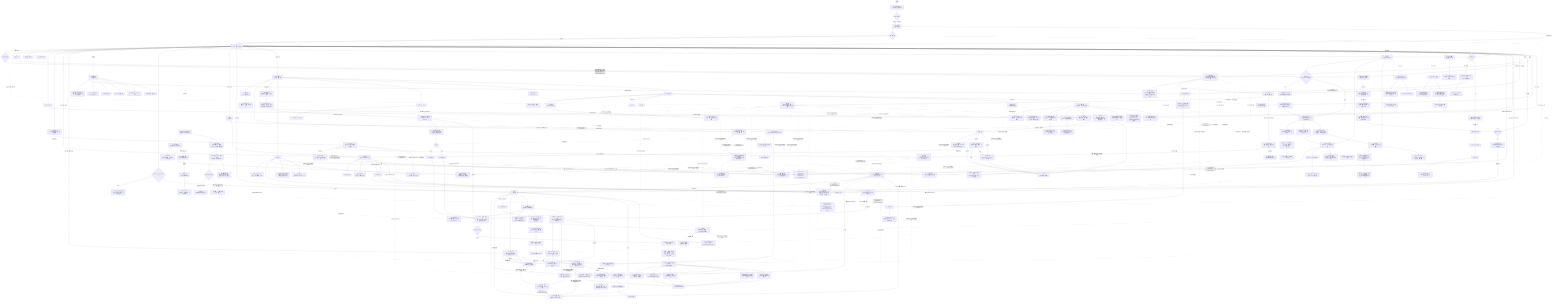
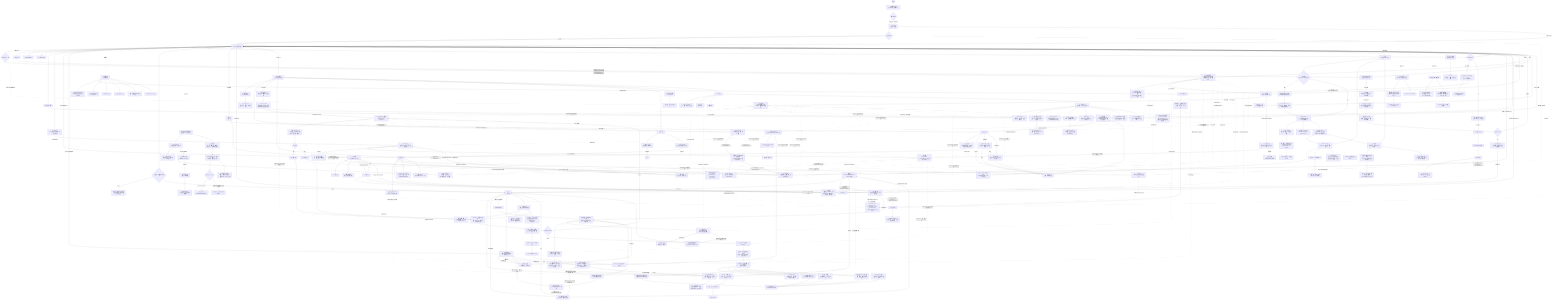
flowchart TD
    A([앱 실행]) --> LANG["기기 언어 자동 적용<br/>ko/ja/en 지원 · 미지원 시 en"]
    LANG --> B{최초 실행 여부}
    B -->|최초 실행| SPLASH["A1 스플래시<br/>브랜드 1회 노출"]
    SPLASH --> TOKEN{유효 계정 토큰?}
    TOKEN -->|없음| D["홈<br/>(Guest 모드 · 하단 탭)"]
    TOKEN -->|있음| D
    TOKEN -.->|계정·권한·구독 복원| SESSION["SESSION STATE<br/>accountLinked · permissionReady · locationReady · premiumActive"]
    TOKEN -.->|설정 복원| SETTINGS["SETTINGS STATE<br/>styleProfileSaved · selectedStyles · fit · age · locationManaged<br/>smartCareEnabled · alert toggles"]
    SPLASH -->|프리뷰 홈 이동| D
    D --> AUTHGATE{계정 필요 기능 탭?}
    AUTHGATE -->|계정 연결·코디 저장·옷장 저장·장소 저장·알림 추가·여행 저장·프리미엄·Weather Note 작성·날씨 제보 저장| AUTH2["A2 계정 연결<br/>계정 환경 기반 자동추천<br/>국가 선택 미노출 · 다른 방법 보기"]
    AUTH2 --> AUTH2s["계정 연결 상태<br/>(Route State에 호출 액션 유지<br/>검증용 정보는 실제 UI 비노출)"]
    AUTH2 -->|로그인 수단 선택| AUTH3["A3 약관 동의<br/>(필수 3종 + 선택 1종)"]
    AUTH2 -->|나중에| D
    AUTH3 --> AUTH3s["약관 상태<br/>(필수 완료/대기 · 선택 ON/OFF · 원래 액션 복귀 예정)"]
    AUTH3 -->|동의하고 계속 · 권한 미완료| C1["O3 앱 준비 권한<br/>(계정 직후 위치+알림 통합 요청)"]
    AUTH3 -->|동의하고 계속 · 권한 완료| D
    AUTH3s -.->|accountLinked 유지| SESSION
    AUTH3s -.->|실제 구현 원래 액션 복귀| AUTHGATE
    AUTH3s -.->|pendingAction=프리미엄 진입| SUB
    AUTH3s -.->|returnTo=P1 · resumeSave| P1s
    D -->|선택 온보딩| C[온보딩 시작]
    C --> CSTART["O1 선택 온보딩 스플래시<br/>(온보딩 시작 / 홈으로)"]
    CSTART -->|온보딩 시작| C0["온보딩 소개<br/>(4대 기능 한눈 비교 + 기능별 상세 안내)"]
    CSTART -->|홈으로| D
    C0 -->|알림 기준 보기| C4
    C1 -->|위치·알림 허용 또는 나중에 설정| C2s["권한 상태<br/>(locationReady · permissionReady · 수동 위치/푸시 대기)"]
    C2["O3 권한 복구<br/>(설정 진입 시 필요한 권한만 재요청)"]
    C2 -->|허용 또는 나중에 설정| C2s
    C1 -->|위치 거부| C1d["위치 거부 상태<br/>검색 위치·앱 내 안내 유지"]
    C2 -->|알림 거부| C2d["알림 거부 상태<br/>푸시 제한 · M2/M3에서 재요청"]
    C2s -.->|locationReady · permissionReady 유지| SESSION
    C2s -.->|계정 직후 권한 준비 완료| AUTH3s
    C3["스타일 태그·코디 핏·추천 연령대 선택<br/>(MVP 온보딩 제외 · MY 설정 진입 전용)"]
    C3 --> C3s["추천 기준 상태<br/>(태그 수 · 핏 · 연령대 · READY/WAIT)"]
    C3s -.->|styleProfileSaved · selectedStyles · fit · age| SETTINGS
    C4["O5 스마트 알림 기준 설정<br/>(주 사용 상황 1개 선택 + 자동 적용 요약)"]
    C4 --> C4s["알아서 챙기기 상태<br/>(상황 · 필수 날씨 ON · 목적지 확장 예정)"]
    C4s --> C5{목적지 등록 선택}
    C5 -->|건너뛰기| D
    C5 -->|등록| C6["O6 목적지 등록<br/>(선택 설정 + 목적지 알림 기준 세분화)"]
    C6 -->|목적지 등록| I
    B -->|기존 사용자| SPLASH

    D --> D1[현재 날씨 정보 표시]
    D --> D2["시간별 / 주간 예보"]
    D --> D3[위치 검색 · 변경]
    D3 --> D3s["LOCATION STATE<br/>선택 위치 · 검색어 · Guest 임시 검색 · 계정 저장 상태"]
    D3s -.->|새 위치 저장| AUTH2
    AUTH3s -.->|returnTo=H2 · 위치 저장 완료| D3s
    D3s --> D
    D --> D0s["홈 상태 요약<br/>(Guest 열람 · 위치 정상 · 알림 설정 전)"]
    D0s -->|알림 설정 전 탭| C2
    D -->|홈 코디 추천 카드 탭| E1
    D -->|홈 AI 장소 추천 카드 탭| P3
    D -.->|벨 아이콘| K["알림 사이드바<br/>(우측 슬라이드)"]
    K --> Ks["NOTIFICATION STATE<br/>선택 알림 · 읽음/미읽음 · 딥링크 대상"]
    K -->|우산 추천 알림 탭| F

    D --> D4{강수 확률 높음?}
    D4 -->|예 + 미확인| D5["홈 화면에 우산 추천 카드 표시<br/>(실시간 의사결정 카드)"]
    D5 --> D5a["우산 추천 푸시/알림 이력<br/>(H3에 보관)"]
    D5 -->|카드 탭 · umbrellaSignalReviewed| F[우산 추천 상세 화면]
    F --> F1["추천 이유 · 시간대별 강수확률<br/>(강수량 · 지속시간 · 풍속 기준)"]
    F1 --> F2[우산 종류 비교]
    F2 --> Fs["UMBRELLA STATE<br/>추천 우산 · 강수 시간 · 알림 설정 전/준비"]
    F2 -.->|알림 설정 바로가기<br/>returnTo=H4 · alertFocus=umbrella| M2b
    M2b -.->|뒤로 · 알림 준비 반영| F2
    F -.->|열람 후 홈 복귀| D5b["홈 우산 카드는 숨김<br/>H3 알림 이력은 유지"]
    D5b --> D
    D4 -->|아니오| D

    D4 -->|예| D4a["강수 임박 필수 알림 발송<br/>(시작 시각 · 강도 · 그칠 시각)"]
    D4a -->|푸시알림 탭| D4b[강수 타임라인 화면]
    D4b --> D4c["30분 단위 강수량 차트"]
    D4c --> D4d[외출 가이드]
    D4d --> D4s["RAIN STATE<br/>시작/종료 시각 · 그침 알림 ON/OFF"]
    D4d -.->|알림 설정 바로가기<br/>returnTo=H5 · alertFocus=rain| M2c
    M2c -.->|뒤로 · 그침 알림 준비 반영| D4d

    D --> D6{알림 발송 시 목적지 등록 여부}
    D6 -->|미등록| D6a["Mode A: 생활 루틴 통합 알림<br/>(출근/외출 준비 + 자기 전 체크 자동 발송)"]
    D6 -->|등록함| I

    K --> K1["오늘의 외출 준비 알림<br/>(Mode A/B)"]
    K --> K2[비 예보 사전 알림]
    K --> K3["출발 · 신발 추천 알림"]
    K --> K4["자기 전 내일 날씨·코디 확인 알림"]
    K --> K5["폭염·한파·강풍 특보 알림"]

    D -.->|제보 버튼| CWR["커뮤니티 날씨 제보 CWR<br/>(홈 화면 · v2.0 · 독립 기능)"]
    CWR --> W1["W1 날씨 제보 홈<br/>(주변 제보 카드 · 보조 CTA)"]
    W1 --> W1s["CWR STATE<br/>미확정 주변 제보 · 상세 확인 · W2 진입"]
    W1 -->|지금 날씨 제보하기| W2["W2 탭 제보 화면<br/>(날씨 선택 · GPS 자동)"]
    W2 --> W2s["REPORT STATE<br/>선택 대기 · 위치 권한 · Guest/계정 제보 · 완료 처리"]
    W2s -.->|위치 권한 필요 · pendingAction=날씨 제보 저장| C2
    W2s -.->|배지/이력 저장| AUTH2
    C2s -.->|returnTo=W2 · GPS 제보 준비| W2s
    AUTH3s -.->|returnTo=W2 · 배지/이력 반영| W2s
    W2 -->|제보하기| W3["W3 제보 완료<br/>(신뢰도 · 배지 갱신)"]
    W3 --> W3s["BADGE STATE<br/>확정 제보 · 홈 오버레이 · 기여 레벨"]
    M --> W4["W4 제보 이력<br/>(MY · 반영 리포트)"]
    W4 --> W4s["HISTORY STATE<br/>제보 기록 · 확정률 · 지역 랭킹"]
    CWR --> CWR1["현재 날씨 선택<br/>☀ 맑음 · ⛅ 흐림 · 🌧 비 · 🌨 눈 · 💨 강풍 · 🌩 천둥번개"]
    CWR1 --> CWR2["GPS 위치 자동 감지 → 제보 완료<br/>(3초 이내 · 자동 만료 60분)"]
    CWR2 --> CWR3{신뢰도 검증 알고리즘}
    CWR3 -->|반경 500m · 3건 미만| CWR4["소프트 표시<br/>'주변 N명이 날씨 제보 중 👀'"]
    CWR3 -->|반경 500m · 3건 이상 + 기상청 정합| CWR5["확정 제보 → 홈 화면 오버레이 표시"]
    CWR2 --> CWR6["기여 배지 업데이트<br/>(새싹 → 관측자 → 리포터 → 동네 관측왕 → 날씨 도우미)"]

    D -->|하단 코디 탭| E["코디<br/>(하단 탭)"]
    E -->|내 옷장 관리 탭| E0[내 옷장 관리]
    E0 --> E0s["옷장 상태<br/>(아이템 수 · 필터 · Guest/계정 저장 상태 · 옷 추가)"]
    E0s -->|추천으로 복귀| E1
    E0 -->|+ 옷 등록| E0a["옷 등록<br/>(사진 · 카테고리 필수)"]
    E0 -.->|Guest 옷 추가·수정| AUTH2
    E0a --> E0a1["등록 상태<br/>(사진 선택 · 카테고리 · Guest/계정 저장 상태 · 저장 가능/대기)"]
    E0a1 -.->|Guest 옷 저장| AUTH2
    AUTH3s -.->|returnTo=C3 · 옷 저장 완료| E0a1
    E0a1 -->|저장 완료 후 옷장 복귀| E0
    E0 -->|아이템 탭| E0b["옷 목록 · 수정 · 삭제<br/>(수정은 C3 패턴 · 삭제 후 재계산)"]
    E0b -->|수정| E0a
    E0b -->|삭제| E0c
    E0 -->|등록 옷 없음| E0c["옷장 빈 상태<br/>(첫 옷 등록 CTA + 기본 룰 추천 안내)"]
    E0c --> E0a
    E --> E1["AI 코디 추천<br/>(날씨 근거형 Style Card)"]
    E1 --> E1s["추천 기준 상태<br/>(옷장 매칭 · 스타일 기준 · 저장 계정 필요)"]
    E1s -->|기준 수정 · returnTo=C1| C3
    C3 -.->|returnTo=C1 · styleProfileSaved| E1s
    E1s -.->|저장 계정 필요| AUTH2
    AUTH3s -.->|returnTo=C1 · 코디 저장 완료| E1s
    E1 --> E1a[추천 이유 설명]
    E1 --> E1b["대화형 재추천<br/>(채팅으로 스타일 요청)"]
    E1 -->|셔플 · outfitVariant 토글| E1s
    E1s -->|홈 복귀 · outfitVariant 유지| D
    E1 -->|코디 카드·상세 보기 탭| E2[코디 상세 보기]
    E2 -->|뒤로| E1
    E2 --> E2s["상세 상태<br/>(실제 의류 Outfit Hero · 시간대 착용 판단 · 재추천 반영 · 저장 전 · 공유 준비)"]
    E2s -->|C1 복귀 · outfitVariant 전달| E1
    E2s -->|홈 복귀 · outfitVariant 유지| D
    E2s -.->|저장 계정 필요| AUTH2
    E2 --> E3[코디 저장 / 공유]
    E3 -.->|계정 미연결 시 저장 탭| AUTH2
    AUTH3s -.->|returnTo=C4 · 코디 저장 완료| E2s

    D -->|하단 출발 탭| I["출발<br/>(하단 탭)"]
    I --> I0["오늘 알아서 챙기는 중<br/>(저장 목적지 요약 + 출발/신발/우산)"]
    I0 --> I0s["출발 상태<br/>(목적지 수 · 케어 ON 수 · 케어 적용 범위 · G2/P1 연결)"]
    I -->|목적지 카드 탭| G2["G2 목적지 알림 상세<br/>(날씨 비교 + 출발시간 역산)"]
    G2 -->|뒤로| I
    G2 --> G2s["케어 상태<br/>(GUEST/PERM/READY/ON + 다음 알림 요약)"]
    G2s -->|G1 목록으로| I
    G2s -->|알림 설정<br/>returnTo=G2 · alertFocus=destination| M2b
    G2s -.->|Guest 케어 ON · returnTo=G2| AUTH2
    G2s -.->|알림 권한 확인 · returnTo=G2| C2
    AUTH3s -.->|returnTo=G2 · destination 유지| G2s
    C2s -.->|returnTo=G2 · resumeCare| G2s
    M2b -.->|뒤로 · 목적지 컨텍스트 유지| G2s
    G2s -->|ON 저장| I4
    G2s -.->|공유 케어 상태 반영| I0
    I -->|검색창·+ 목적지 추가| I1[목적지 검색 · 추가]
    I1 --> P1["목적지 입력 · 카테고리 자동 인식<br/>(회사/학교/공항/숙소 + 장소 카테고리)"]
    P1 --> P1s["추가 상태<br/>(검색 결과 수 · 선택됨 · Guest/계정 저장 상태)"]
    P1s -->|검색 결과 없음| P1e["검색 없음 상태<br/>(전체 보기 · 재검색)"]
    P1s -.->|Guest 영구 저장| AUTH2
    P1s -->|계정 연결 후 목적지 알림에 추가| P1save["Saved Destination List<br/>(G1/P3 공통 목록 + Destination Care State ON)"]
    P1save --> I
    P1save -.-> P3
    P1 --> I2["출발지 vs 목적지 날씨 비교<br/>(기온 · 날씨 · 바람 · 강수 차이)"]
-     I2 --> I3["출발시간 역산<br/>(도착 희망시각 − 소요시간 − 여유시간)"]
+     I2 --> I3["출발시간 역산<br/>(이동수단 선택 + 도착 희망 직접 입력 − 소요시간 − 자동 여유시간)"]
    I3 --> I4["Mode B: 목적지 알림<br/>(출발 · 신발 · 우산 알림 자동 조정)"]
    I4 --> I5["출발 10분 전 신발 추천 알림"]
    I5 --> I6[출발 시각 알림]
    P1 --> P2["카테고리 전용 준비 가이드<br/>(등록 목적지 기반 확장)"]
    P2 --> P2s["준비 가이드 상태<br/>(등록 목적지 기준 · G2/P3 연결)"]
    P2s -->|목적지 알림 보기 · selectedDestination 유지| G2
    P2s -->|다른 목적지 보기 · 필터 목록 복귀| P3
    I --> P3["목적지 필터<br/>(카테고리별 목적지 알림/준비 가이드)"]
    P3 -->|필터 결과 없음| P3e["빈 카테고리 상태<br/>(목적지 추가 · 전체 보기)"]
    P3e -->|목적지 추가| P1
    P3e -->|전체 보기| P3
    P3 -->|목적지 카드 탭| P3a["목적지 상세 상태<br/>(날씨 비교 + 준비 가이드 + 계정/권한 gate + 목적지 알림 ON/OFF)"]
    P3a -->|선택 목적지·상태 유지해 준비 가이드 보기| P2
    P3a -->|선택 목적지·상태 유지해 출발 케어 상세| G2
    P3a -.->|Guest 케어 저장| AUTH2
    P3a -.->|알림 권한 확인| C2
    AUTH3s -.->|returnTo=P3 · 선택 목적지 유지| P3a
    C2s -.->|returnTo=P3 · 권한 상태 반영| P3a
    P3a -->|뒤로| P3
    P3a -->|ON 저장| I4
    P3a -.->|공유 케어 상태 반영| I0

    I --> I7["G3 여행 일정<br/>(출발 탭 내 · 여행 플래너)"]
    I7 --> I7s["여행 플래너 상태<br/>(프리미엄 활성 · 공유 준비 · 미구독 시 G6)"]
    I7s -.->|미구독 CTA · returnTo=G3| SUB
    SUB -.->|returnTo=G3 · 공유/일정 액션 계속| I7s
    I7 --> I7s1["Scenario 1 · 일상 이동<br/>대중교통 + 도보 혼합 → Mode A/B 알아서 챙기기"]
    I7 --> I7s2["Scenario 2 · 당일·단기 도보<br/>코스 날씨 타임라인 + WCI + 최적 출발 시점<br/>(무료 제공)"]
    I7 --> I7s3["Scenario 3 · 장거리 국토종주<br/>서울→부산, 도쿄→오사카 등<br/>(프리미엄 전용)"]

    I7s2 --> G4C["G4 도보여행 코스 선택<br/>(한국 코스 DB : 올레길·둘레길 등)"]
    G4C --> G4T["구간별 시간대 날씨 타임라인 (F2)"]
    G4T --> G4W["도보 컨디션 지수 WCI (F3)"]
    G4W --> G4O["날씨 창 + 최적 출발 시점 추천 (F4)"]
    G4O --> G4S["COURSE STATE<br/>(GUEST/PERM/READY/LIMIT/ON)"]
    G4S -.->|Guest 코스 저장| AUTH2
    G4S -.->|알림 권한 확인| C2
    G4S -.->|무료 2개 초과| SUB
    AUTH3s -.->|returnTo=G4 · 선택 코스 유지| G4S
    C2s -.->|returnTo=G4 · 권한 상태 반영| G4S
    SUB -.->|returnTo=G4 · 프리미엄 활성| G4S
    G4S --> G4M["코스 저장 + D-7 날씨 모니터링 (F5)"]
    G4M -.-> G4R["위험 기상 경보 (F6)"]

    I7s3 --> AI_GATE{프리미엄 구독 여부}
    AI_GATE -->|미구독| SUB["G6 프리미엄 구독 페이월<br/>월간 ₩2,900 / 연간 ₩19,900"]
    SUB --> SUB1["깊이 분리 모델 안내<br/>(기능 동일 · 무료=기본 · 프리미엄=한도 확대+개인화)"]
    SUB1 --> SUB2{구독 선택}
    SUB2 -->|월간| SUB3[월간 결제 완료]
    SUB2 -->|연간| SUB4[연간 결제 완료]
    SUB3 -.->|premiumActive 유지| SESSION
    SUB4 -.->|premiumActive 유지| SESSION
    SUB3 --> I7s3
    SUB4 --> I7s3

    AI_GATE -->|구독 중| AI1["G5 국토종주 AI 플래너 (F8 · Premium)"]
    AI1 --> AI2["출발지 → 목적지 + 여행 일수 입력<br/>(서울→부산, 도쿄→오사카 등 자유 설정)"]
    AI2 --> AI3["AI 모델 — 구간별·일자별 날씨 분석<br/>(최대 14일 예보)"]
    AI3 --> AI3s["AI PLAN STATE<br/>(프리미엄 활성 · 알림 권한 · 저장/공유 상태)"]
    AI3 --> AI4["날짜별 날씨 요약<br/>기온·강수확률·체감온도·바람"]
    AI3 --> AI5["일자별 코디 추천<br/>기온 레이어링 + 우산 필요 여부"]
    AI3 --> AI6["전체 짐 체크리스트 자동 생성<br/>방수 장비·옷 조합·보조 배터리 등"]
    AI3 --> AI7["날씨 악화 구간 경보<br/>일정 조정 또는 대피 숙박지 제안"]
    AI3 --> AI8["예보 업데이트 시 재분석 알림<br/>(여정 중 기상 변화 즉시 반영)"]
    AI8 -.->|권한 전 · returnTo=G5| C2
    C2s -.->|returnTo=G5 · AI 플랜 알림/저장 계속| AI1
    AI4 & AI5 & AI6 & AI7 & AI8 --> AI9["AI 플랜 저장 · 공유<br/>(SAVED/SHARED 상태)"]

    D -->|하단 MY 탭| M["M1 MY 메인<br/>(하단 탭 · 설정 허브)"]
    D -->|하단 소셜 탭| S["소셜<br/>(하단 탭 · ON Square)"]
    M --> M0["PROFILE STATE<br/>Guest/계정 연결 · 플랜 · 최근 선택"]
    M0 -.->|Guest 계정 필요 액션| AUTH2
    M0 -->|스타일 태그 설정 · returnTo=M1| C3
    C3 -.->|returnTo=M1 · styleProfileSaved| M0
    M -->|프로필 편집| A4m["A4 계정 관리<br/>(연결 계정 · 데이터 · 위험 액션)"]
    A4m --> A4s["ACCOUNT STATE<br/>연결 계정 · 구독 활성 · 데이터 내보내기 · 위험 액션 확인"]
    A4s -->|구독 관리 · returnTo=A4| SUB
    A4s -->|로그아웃/탈퇴 확정| SIGNOUT["SESSION STATE 해제<br/>accountLinked=false · premiumActive=false<br/>계정 기반 저장/케어 데이터 초기화"]
    SIGNOUT -->|Guest 홈 복귀| D
    M --> M2[알림 설정]
    M2 --> M2a["스마트 알림 ON/OFF<br/>(권한 · 발송 상태 태그 2개)"]
    M2 --> M2q["빠른 액션<br/>(권한 관리 · 테스트 알림)"]
    M2 --> M2b["알림 종류 3행<br/>(필수 날씨 · 생활 루틴 · 목적지 출발)"]
    M2 --> M2c["고급 설정<br/>(세부 토글 · 피로도 제한 접힘)"]
    M2a & M2b & M2c -.->|스마트 알림/고급 토글 유지| SETTINGS
    M2 --> M2x["SHORTCUT CONTEXT<br/>(H4/H5/G2 진입 시 우산·비·목적지 알림 맥락 표시)"]
    M2q -->|권한 관리 · returnTo=M2| C2
    C2s -.->|returnTo=M2 · 알림 설정 복귀| M2q
    M2b -->|목적지 미등록| P1
    M2b -.->|목적지 저장/발송은 계정 필요| AUTH2
    AUTH3s -.->|returnTo=M2 · 알림 설정 복귀| M2b
-     M --> M4["프리미엄 구독 관리"]
-     M4 --> M4a["구독 상태 확인 · 갱신 · 해지"]
-     M4 -->|업그레이드 · returnTo=M1| SUB
+     M --> M4["앱 권한 관리"]
+     M4 --> M4a["위치 권한 상태<br/>(현재 위치 · 수동 위치)"]
+     M4 --> M4b["알림 권한 상태<br/>(스마트 알림 · 테스트 알림)"]
+     M4a -->|위치 변경| H2
+     M4b -->|알림 설정| M2
    SUB -.->|returnTo=M1/A4 · premiumActive| M0
    M2 --> M2e["제보 알림 구독<br/>(저장 장소 · Premium · v2.0)"]
    M --> M5["커뮤니티 제보 이력<br/>(F6 · v2.1)"]
    M5 --> M5a["제보 기록 · 확정률 · 지역 랭킹"]
-     M --> Z["M3 전역 설정"]
-     Z --> Zs["GLOBAL STATE<br/>단위 · 테마 · 위치/권한 관리 연결"]
-     Z --> Z1["단위 설정<br/>(섭씨, kg/g, m/km)"]
-     Z -->|returnTo=M3| Z2[위치 관리]
-     Z2 -.->|locationManaged| Zs
-     Z2 -.->|locationManaged 유지| SETTINGS
+     M --> Z["M3 표시 설정"]
+     Z --> Zs["DISPLAY STATE<br/>온도 · 거리 · 테마 · 투명 효과"]
+     Z --> Z1["단위 설정<br/>(섭씨, m/km)"]
    Z --> Z3[테마 설정]
-     Z -->|returnTo=M3| Z4["알림 권한 관리<br/>(시스템 설정 연동)"]
-     Z4 -.->|permissionReady| Zs
    Z --> R1["R1 정책 허브<br/>(개인정보 · 약관 · 광고 설정)"]
    R1 --> R1s["POLICY STATE<br/>선택 정책 · 문서 허브 · 설정 재진입"]
    R1 --> R2["R2 개인정보처리방침<br/>(광고 SDK · 위치정보 · 이용자 권리)"]
    R2 --> R2s["DOCUMENT STATE<br/>문서 타입 · 섹션 수 · A3 약관 동일 본문"]
    R1 --> R3["R3 광고 동의 관리<br/>(UMP · 맞춤/비개인화 광고)"]
    R3 --> R3s["CONSENT STATE<br/>동의 대기 · 맞춤 광고 · 비개인화 · 옵션 확인"]
    R1 --> R5["R5 이용약관<br/>(서비스 범위 · 회원/게스트 · 면책)"]
    R1 --> R6["R6 위치기반서비스 이용약관<br/>(현재 위치 · 목적지 · 동의 철회)"]
    R1 --> R7["R7 오픈소스 라이선스<br/>(SDK · 패키지 라이선스 고지)"]
    D --> R4["R4 홈 광고 배치<br/>(네이티브 AD 슬롯)"]
    R4 --> R4s["AD STATE<br/>AD 라벨 · 구분선 · 클릭/노출 상태"]

    %% ── 소셜 탭 · ON Square ──────────────────────────────────────────────────
    S --> S0{최초 진입?<br/>ON Square Lite · 런칭 동시}
    S0 -->|최초| S0a["대표 마스코트 자동 부여<br/>원소 컴패니언 6종 미리보기"]
    S0a --> S0s["ON SQUARE STATE<br/>최초 진입 · 대표 부여 · 선택 컴패니언 미리보기"]
    S0s --> S1
    S0 -->|기존| S1["내 ON Square<br/>(오늘 미션 · 대표 마스코트 · 동행 컴패니언)"]
    S1 --> S1q["오늘의 날씨 미션<br/>체크인 · 제보 · 공감 중 1개 추천"]
    S1 --> S1m["대표 마스코트 상태 합성<br/>Base Idle + Weather + Event One-shot"]
    S1q --> S1a["1탭 체크인 → 컴패니언 반응 · XP/포인트 즉시 반영<br/>(폭우 → Rain / 35°C↑ → Solar 등)"]
    S1 --> S1s["SQUARE STATE<br/>오늘 미션 · 체크인 · 동네 도움 지표 · Note/리액션 진입"]
    S1a --> S1b["희귀 기상 이벤트 → 레어 배지 드랍"]

    S --> S2["Weather Note 지도<br/>(ON Square 도시 맵 위 실황 핀)"]
    S1s --> S2
    S2 --> S2a["핀 작성 — 날씨 + 로컬 메모 입력<br/>(GPS 위치 자동 태그 · 24시간 후 만료)"]
    S2a -.->|Guest 작성 탭| AUTH2
    S2a -.->|위치 권한 필요| C2
    AUTH3s -.->|returnTo=S2 · 작성 준비 완료| S2a
    C2s -.->|returnTo=S2 · 위치 제보 준비| S2a
    S2 --> S2b["핀 읽기 → '도움됨' 1탭 반응"]
    S2 --> S2s["NOTE STATE<br/>읽기 가능 · 작성 계정 필요 · 위치 제보 권한 필요 · 도움 지수"]
    S2b --> S2c["도움됨 누적 → 지역 도움 지수 상승 · 포인트 피드백"]
    S2 -.-> S2d["CWR(커뮤니티 날씨 제보)와 연계"]

    S --> S3["날씨 리액션<br/>(익명 연대 · 동일 날씨 유저 대상)"]
    S1s --> S3
    S3 --> S3a["현재 날씨 기반 리액션 자동 생성<br/>(폭우 '다들 고생중' / 폭염 '더위 연대' 등)"]
    S3a --> S3b["1탭 공감 → 익명 집계 + 컴패니언 보상 피드백<br/>'이 도시 N명이 같은 날씨 중'"]
    S3 --> S3s["REACTION STATE<br/>도시 선택 · 공감 전/완료 · 익명 동행 · 보상 반영"]

    S -.->|출시 후 v1.1| S4["Weather Mail<br/>(날씨 조건 트리거 타임캡슐)"]
    S4 --> S4a["메일 작성 + 수신 조건 설정<br/>(예: '다음 폭설 날 도착' / '1년 후 오늘')"]
    S4a --> S4b["날씨 API 트리거 → 조건 충족 시 자동 발송"]
    S4 --> S4c["받은 Weather Mail 보관함"]

    S -.->|출시 후 v1.1| S5["CP 적립 현황 / 아이템샵"]
    S5 --> S5a["CP 잔액 · 적립 내역<br/>(날씨 체크인 · Weather Note · 리액션 기여)"]
    S5 --> S5b["코스메틱 아이템샵<br/>(캐릭터 스킨 · 배지 · 이모트 · Pay-to-Win 없음)"]
    S5b --> S5c["CP 사용 또는 무료 획득 아이템 선택"]
